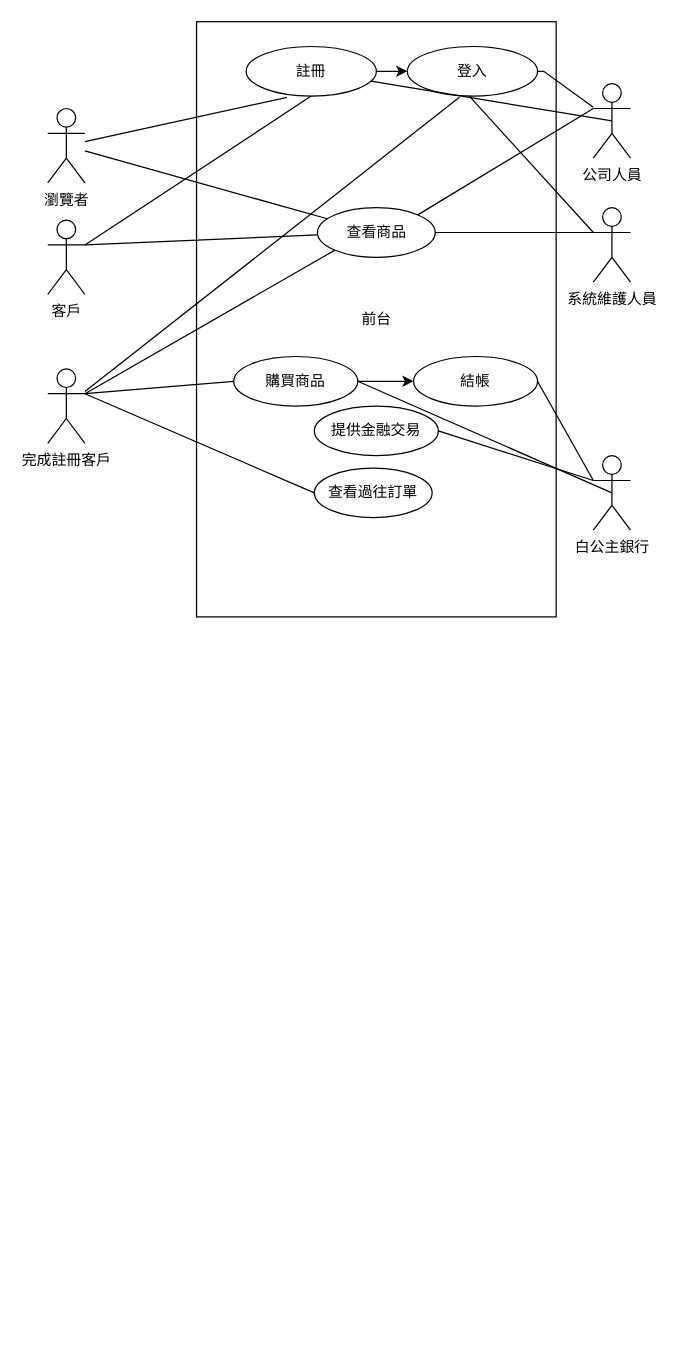
This is page "(b) 小題" (1 of 3) of sample1.drawio from 109111136/110-2Mid, a draw.io file, before an edit. Source tidied: cells renumbered, new cells numbered last; positions are measured from the earlier drawing's top-left corner, leaving out a move shared by most shapes. Both pictures are drawn from the tidied source at 124%, with x=0, y=0 at pixel (47, 21).
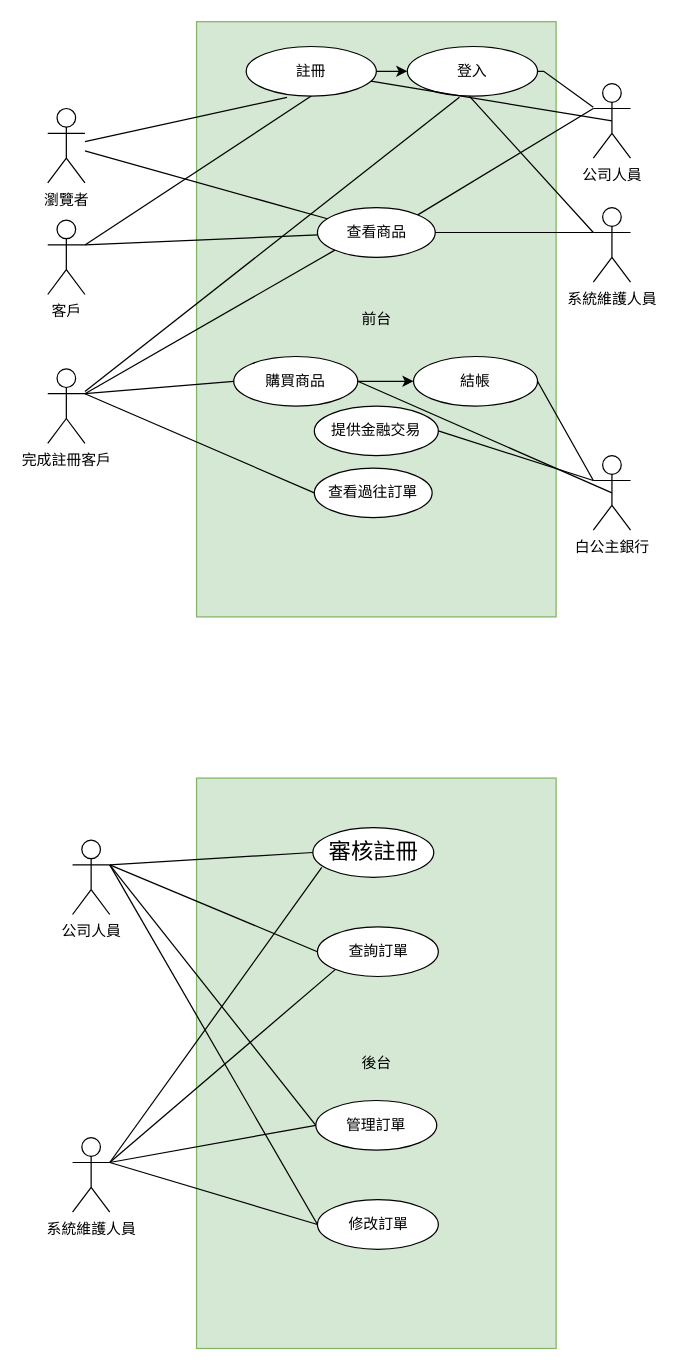
The same diagram, later.

What changed in the source:
```diff
@@
-    <mxCell id="7" value="前台" style="html=1;" parent="1" vertex="1">
+    <mxCell id="7" value="前台" style="html=1;fillColor=#d5e8d4;strokeColor=#82b366;" parent="1" vertex="1">
       <mxGeometry x="120" width="290" height="480" as="geometry" />
     </mxCell>
@@
+    <mxCell id="34" value="後台" style="html=1;fillColor=#d5e8d4;strokeColor=#82b366;" parent="1" vertex="1">
+      <mxGeometry x="120" y="610" width="290" height="460" as="geometry" />
+    </mxCell>
+    <mxCell id="35" value="公司人員" style="shape=umlActor;verticalLabelPosition=bottom;verticalAlign=top;html=1;" parent="1" vertex="1">
+      <mxGeometry x="20" y="660" width="30" height="60" as="geometry" />
+    </mxCell>
+    <mxCell id="36" value="系統維護人員" style="shape=umlActor;verticalLabelPosition=bottom;verticalAlign=top;html=1;" parent="1" vertex="1">
+      <mxGeometry x="20" y="900" width="30" height="60" as="geometry" />
+    </mxCell>
+    <mxCell id="37" value="&lt;div style=&quot;font-family: &amp;#34;consolas&amp;#34; , &amp;#34;courier new&amp;#34; , monospace ; font-size: 18px ; line-height: 24px&quot;&gt;審核註冊&lt;/div&gt;" style="ellipse;whiteSpace=wrap;html=1;" parent="1" vertex="1">
+      <mxGeometry x="213.8" y="650" width="97.5" height="40" as="geometry" />
+    </mxCell>
+    <mxCell id="38" value="修改訂單" style="ellipse;whiteSpace=wrap;html=1;" parent="1" vertex="1">
+      <mxGeometry x="217.5" y="950" width="97.5" height="40" as="geometry" />
+    </mxCell>
+    <mxCell id="39" value="管理訂單" style="ellipse;whiteSpace=wrap;html=1;" parent="1" vertex="1">
+      <mxGeometry x="216.2" y="870" width="97.5" height="40" as="geometry" />
+    </mxCell>
+    <mxCell id="40" value="查詢訂單" style="ellipse;whiteSpace=wrap;html=1;" parent="1" vertex="1">
+      <mxGeometry x="217.5" y="730" width="97.5" height="40" as="geometry" />
+    </mxCell>
+    <mxCell id="41" style="endArrow=none;html=1;rounded=0;fontColor=#000000;entryX=0;entryY=0.5;entryDx=0;entryDy=0;exitX=1;exitY=0.3333333333333333;exitDx=0;exitDy=0;exitPerimeter=0;" parent="1" edge="1" source="35" target="37">
+      <mxGeometry relative="1" as="geometry" />
+    </mxCell>
+    <mxCell id="42" style="endArrow=none;html=1;rounded=0;fontColor=#000000;exitX=1;exitY=0.3333333333333333;exitDx=0;exitDy=0;exitPerimeter=0;entryX=0;entryY=0.5;entryDx=0;entryDy=0;" parent="1" edge="1" source="35" target="40">
+      <mxGeometry relative="1" as="geometry" />
+    </mxCell>
+    <mxCell id="43" style="endArrow=none;html=1;rounded=0;fontColor=#000000;entryX=0;entryY=0.5;entryDx=0;entryDy=0;" parent="1" edge="1" target="39">
+      <mxGeometry relative="1" as="geometry">
+        <mxPoint x="50" y="680" as="sourcePoint" />
+      </mxGeometry>
+    </mxCell>
+    <mxCell id="44" style="endArrow=none;html=1;rounded=0;fontColor=#000000;entryX=0;entryY=0.5;entryDx=0;entryDy=0;" parent="1" edge="1" target="38">
+      <mxGeometry relative="1" as="geometry">
+        <mxPoint x="50" y="680" as="sourcePoint" />
+      </mxGeometry>
+    </mxCell>
+    <mxCell id="45" style="endArrow=none;html=1;rounded=0;fontColor=#000000;exitX=0.074;exitY=0.8;exitDx=0;exitDy=0;exitPerimeter=0;entryX=1;entryY=0.3333333333333333;entryDx=0;entryDy=0;entryPerimeter=0;" parent="1" edge="1" source="37" target="36">
+      <mxGeometry relative="1" as="geometry" />
+    </mxCell>
+    <mxCell id="46" style="endArrow=none;html=1;rounded=0;fontColor=#000000;entryX=0;entryY=1;entryDx=0;entryDy=0;exitX=1;exitY=0.3333333333333333;exitDx=0;exitDy=0;exitPerimeter=0;" parent="1" edge="1" source="36" target="40">
+      <mxGeometry relative="1" as="geometry" />
+    </mxCell>
+    <mxCell id="47" style="endArrow=none;html=1;rounded=0;fontColor=#000000;exitX=0;exitY=0.5;exitDx=0;exitDy=0;" parent="1" edge="1" source="39">
+      <mxGeometry relative="1" as="geometry">
+        <mxPoint x="50" y="920" as="targetPoint" />
+      </mxGeometry>
+    </mxCell>
+    <mxCell id="48" style="endArrow=none;html=1;rounded=0;fontColor=#000000;entryX=0;entryY=0.5;entryDx=0;entryDy=0;" parent="1" edge="1" target="38">
+      <mxGeometry relative="1" as="geometry">
+        <mxPoint x="50" y="920" as="sourcePoint" />
+      </mxGeometry>
+    </mxCell>
```
